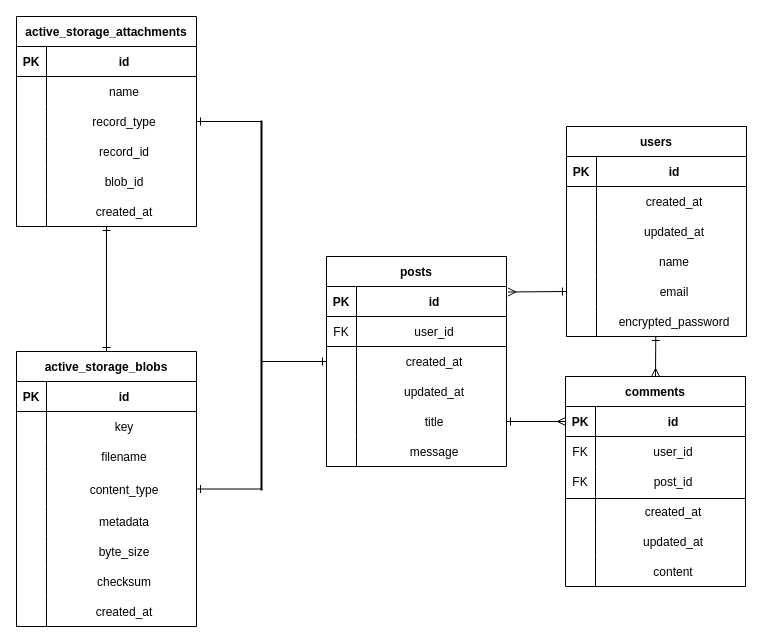
The draw.io diagram test.dio in kenji198834/famous-product, before the edit. Source tidied: cells renumbered, new cells numbered last; positions are measured from the earlier drawing's top-left corner, leaving out a move shared by most shapes. Both pictures are drawn from the tidied source at 100%, with x=0, y=0 at pixel (16, 16).
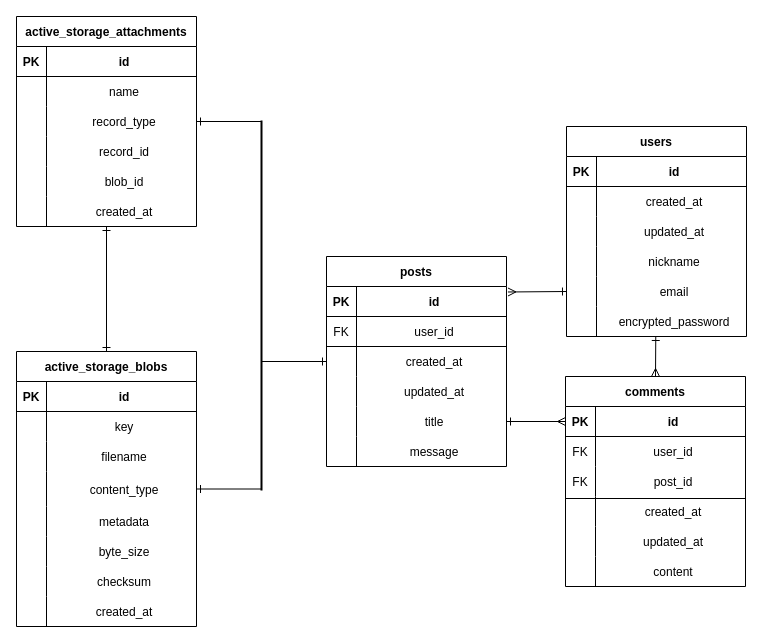
The same page after the edit.

The change refers to these unchanged cells:
```xml
<mxCell id="103" style="shape=tableRow;horizontal=0;startSize=0;swimlaneHead=0;swimlaneBody=0;fillColor=none;top=0;left=0;right=0;bottom=0;" parent="93" vertex="1">
  <mxGeometry y="120" width="180" height="30" as="geometry" />
</mxCell>
```

Change to the diagram source:
```diff
@@
-    <mxCell id="105" value="name" style="shape=partialRectangle;fillColor=none;top=0;left=0;bottom=0;right=0;align=center;spacingLeft=6;overflow=hidden;" parent="103" vertex="1">
+    <mxCell id="105" value="nickname" style="shape=partialRectangle;fillColor=none;top=0;left=0;bottom=0;right=0;align=center;spacingLeft=6;overflow=hidden;" parent="103" vertex="1">
       <mxGeometry x="30" width="150" height="30" as="geometry" />
     </mxCell>
```
